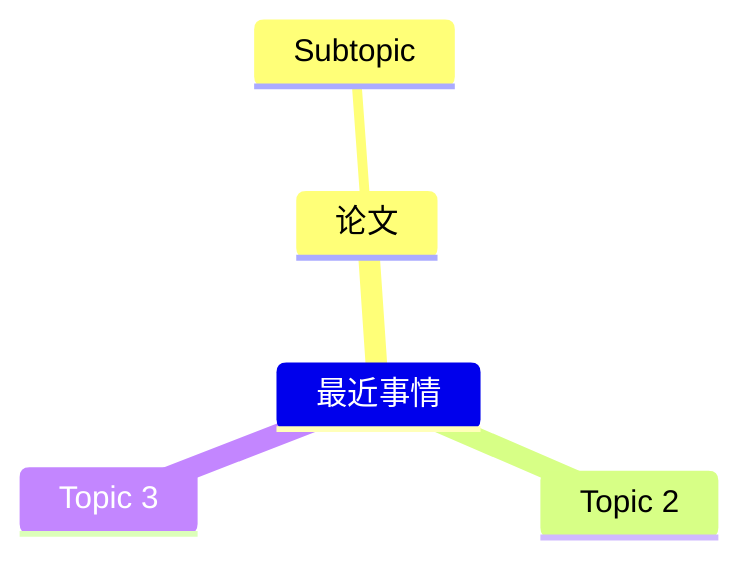
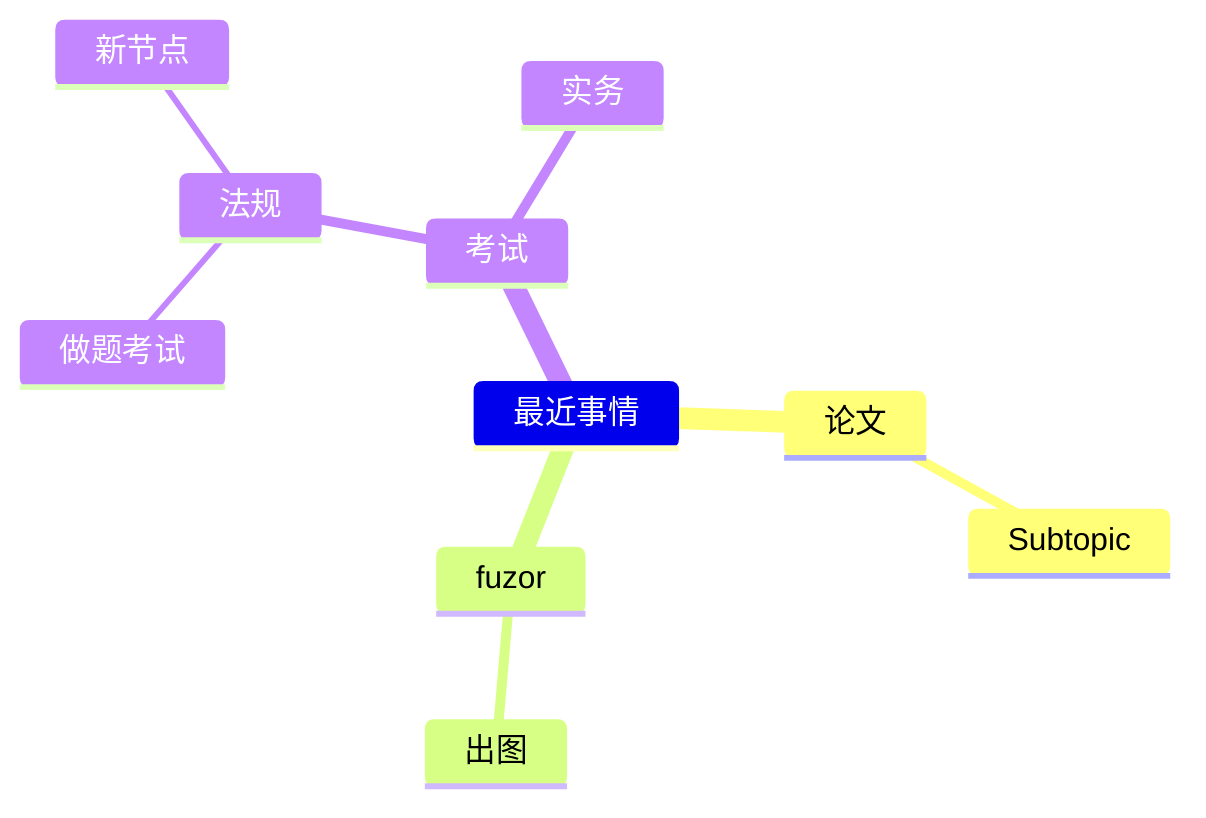
mindmap
  最近事情
    论文
      Subtopic
-     Topic 2
-     Topic 3
+     fuzor
+       出图
+     考试
+       法规
+         做题考试
+         新节点
+       实务
